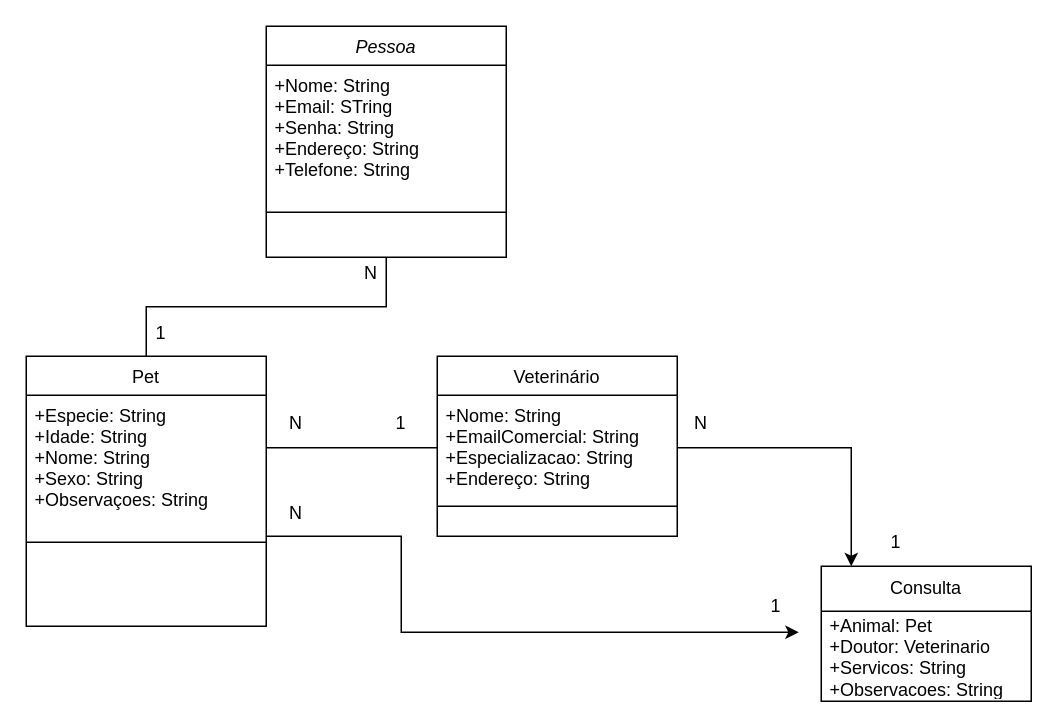
Before: Diagrama sem nome.drawio in denizila/Petshooop-main, a draw.io diagram. Source tidied: cells renumbered, new cells numbered last; positions are measured from the earlier drawing's top-left corner, leaving out a move shared by most shapes. Both pictures are drawn from the tidied source at 150%, with x=0, y=0 at pixel (26, 26).
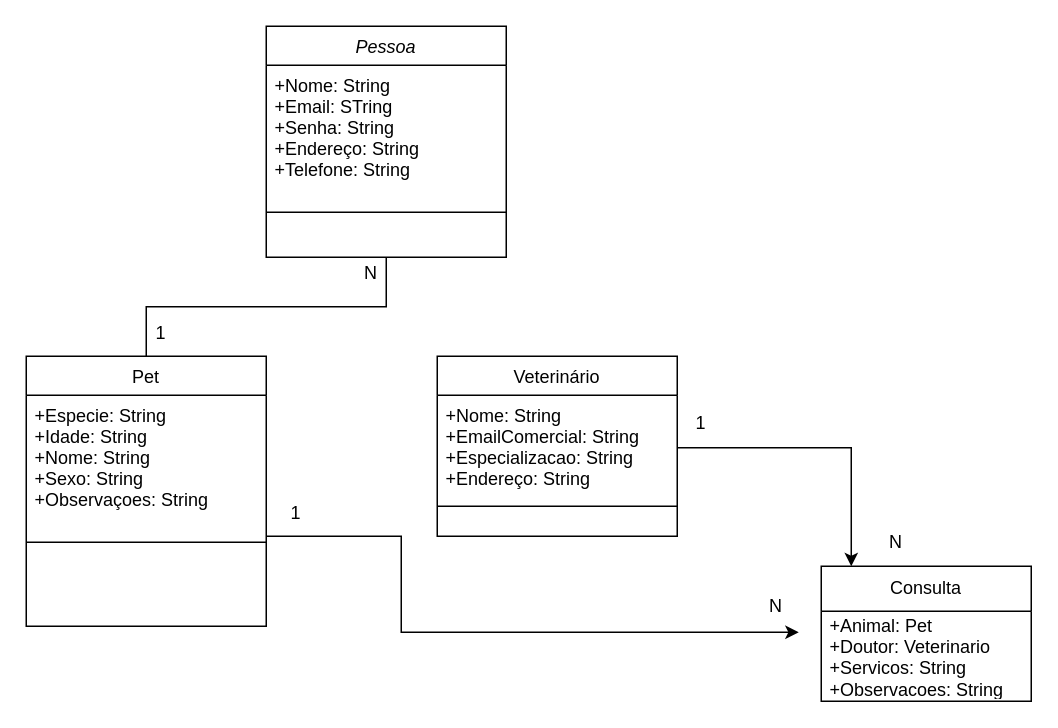
The same diagram, later.

The change refers to these unchanged cells:
```xml
<mxCell id="6" value="+Especie: String&#10;+Idade: String&#10;+Nome: String&#10;+Sexo: String&#10;+Observaçoes: String&#10;" style="text;align=left;verticalAlign=top;spacingLeft=4;spacingRight=4;overflow=hidden;points=[[0,0.5],[1,0.5]];portConstraint=eastwest;rounded=0;shadow=0;html=0;" parent="5" vertex="1">
  <mxGeometry y="26" width="160" height="94" as="geometry" />
</mxCell>
<mxCell id="9" value="Veterinário" style="swimlane;fontStyle=0;align=center;verticalAlign=top;horizontal=1;startSize=26;rounded=0;shadow=0;strokeWidth=1;" parent="1" vertex="1">
  <mxGeometry x="274" y="220" width="160" height="120" as="geometry" />
</mxCell>
```

Change to the diagram source:
```diff
@@
-    <mxCell id="12" style="endArrow=none;endSize=10;endFill=0;shadow=0;strokeWidth=1;rounded=0;edgeStyle=elbowEdgeStyle;elbow=vertical;strokeColor=default;entryX=1.002;entryY=0.37;entryDx=0;entryDy=0;entryPerimeter=0;" parent="1" edge="1" source="9" target="6">
-      <mxGeometry relative="1" as="geometry" />
-    </mxCell>
@@
-    <mxCell id="17" value="N" style="text;html=1;strokeColor=none;fillColor=none;align=center;verticalAlign=middle;whiteSpace=wrap;rounded=0;" parent="1" vertex="1">
+    <mxCell id="17" value="1" style="text;html=1;strokeColor=none;fillColor=none;align=center;verticalAlign=middle;whiteSpace=wrap;rounded=0;" parent="1" vertex="1">
       <mxGeometry x="420" y="250" width="60" height="30" as="geometry" />
     </mxCell>
@@
-    <mxCell id="19" value="1" style="text;html=1;strokeColor=none;fillColor=none;align=center;verticalAlign=middle;whiteSpace=wrap;rounded=0;" parent="1" vertex="1">
+    <mxCell id="19" value="N" style="text;html=1;strokeColor=none;fillColor=none;align=center;verticalAlign=middle;whiteSpace=wrap;rounded=0;" parent="1" vertex="1">
       <mxGeometry x="550" y="329" width="60" height="30" as="geometry" />
     </mxCell>
@@
-    <mxCell id="21" value="N" style="text;html=1;strokeColor=none;fillColor=none;align=center;verticalAlign=middle;whiteSpace=wrap;rounded=0;" parent="1" vertex="1">
+    <mxCell id="21" value="1" style="text;html=1;strokeColor=none;fillColor=none;align=center;verticalAlign=middle;whiteSpace=wrap;rounded=0;" parent="1" vertex="1">
       <mxGeometry x="150" y="310" width="60" height="30" as="geometry" />
     </mxCell>
-    <mxCell id="22" value="1" style="text;html=1;strokeColor=none;fillColor=none;align=center;verticalAlign=middle;whiteSpace=wrap;rounded=0;" parent="1" vertex="1">
+    <mxCell id="22" value="N" style="text;html=1;strokeColor=none;fillColor=none;align=center;verticalAlign=middle;whiteSpace=wrap;rounded=0;" parent="1" vertex="1">
       <mxGeometry x="470" y="370" width="60" height="34" as="geometry" />
     </mxCell>
@@
-    <mxCell id="24" value="1" style="text;html=1;strokeColor=none;fillColor=none;align=center;verticalAlign=middle;whiteSpace=wrap;rounded=0;" parent="1" vertex="1">
-      <mxGeometry x="220" y="250" width="60" height="30" as="geometry" />
-    </mxCell>
-    <mxCell id="25" value="N" style="text;html=1;strokeColor=none;fillColor=none;align=center;verticalAlign=middle;whiteSpace=wrap;rounded=0;" parent="1" vertex="1">
-      <mxGeometry x="100" y="250" width="160" height="30" as="geometry" />
-    </mxCell>
```
